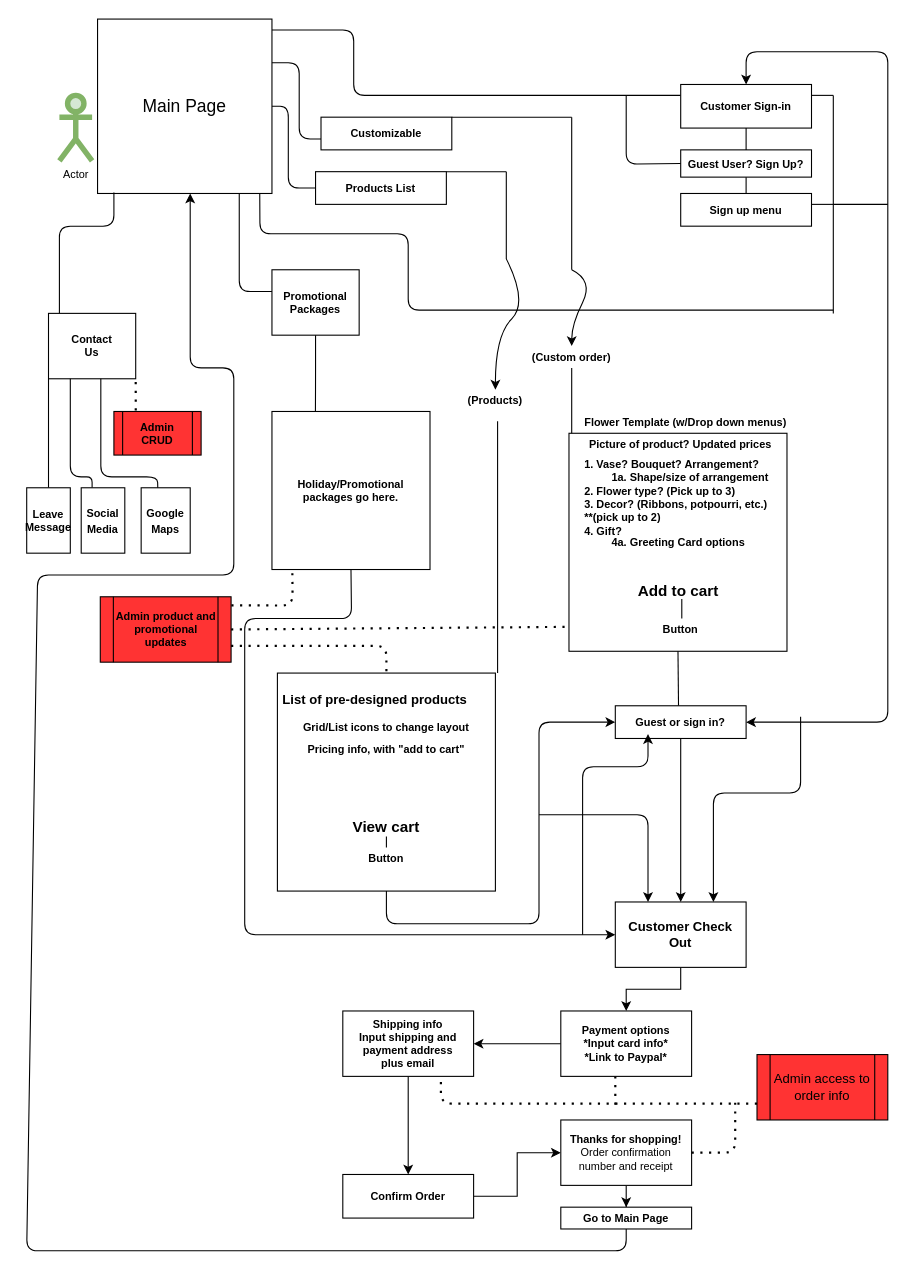
The draw.io diagram Flowershop.drawio in zinvergo93/flowershop, before the edit. Source tidied: cells renumbered, new cells numbered last; positions are measured from the earlier drawing's top-left corner, leaving out a move shared by most shapes. Both pictures are drawn from the tidied source at 109%, with x=0, y=0 at pixel (26, 19).
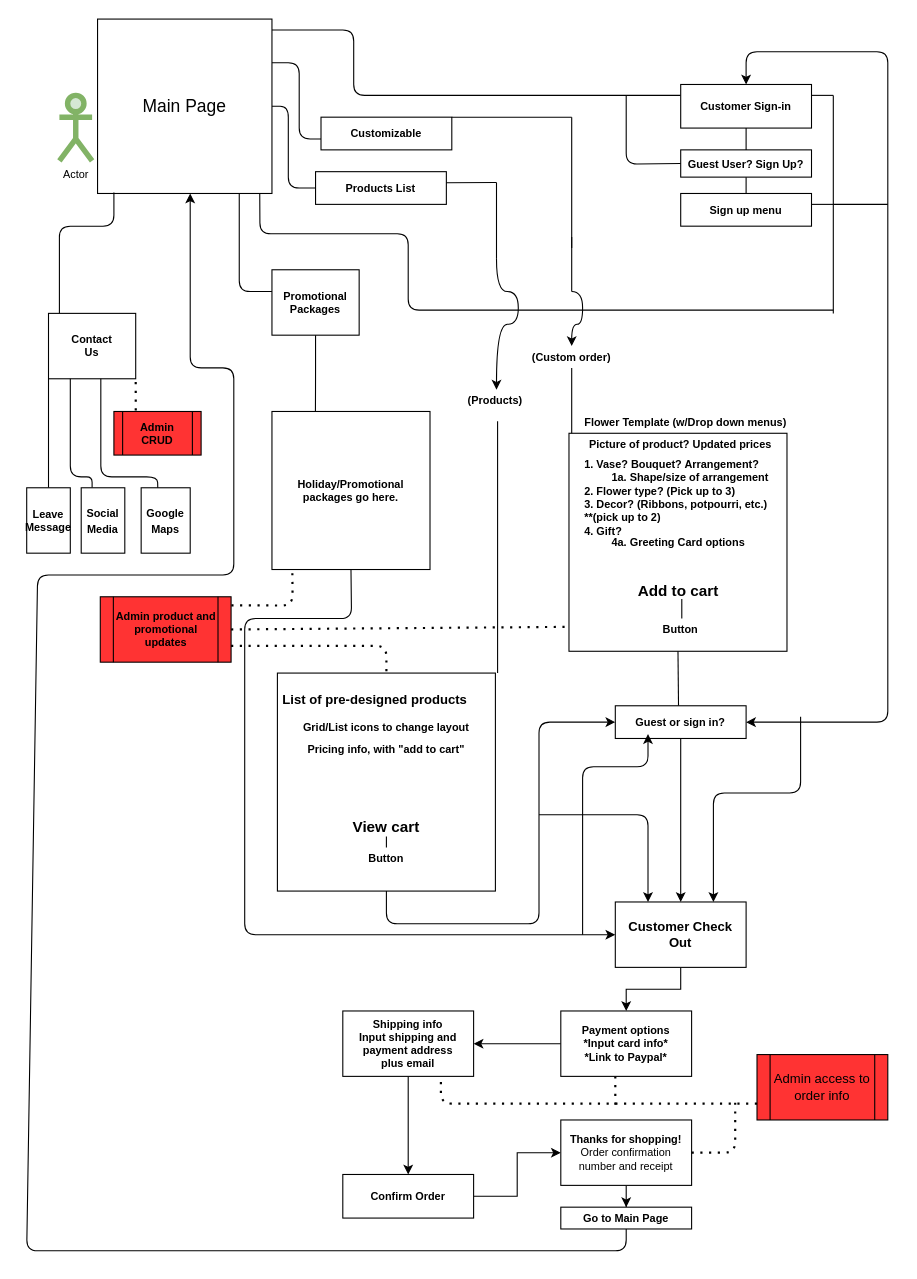
Above is the later version.

The change refers to these unchanged cells:
```xml
<mxCell id="7" value="&lt;font size=&quot;1&quot;&gt;&lt;b&gt;Products List&lt;br&gt;&lt;/b&gt;&lt;/font&gt;" style="rounded=0;whiteSpace=wrap;html=1;" parent="1" vertex="1">
  <mxGeometry x="265" y="140" width="120" height="30" as="geometry" />
</mxCell>
<mxCell id="33" value="&lt;font size=&quot;1&quot;&gt;&lt;b&gt;(Custom order)&lt;/b&gt;&lt;/font&gt;" style="text;html=1;strokeColor=none;fillColor=none;align=center;verticalAlign=middle;whiteSpace=wrap;rounded=0;" parent="1" vertex="1">
  <mxGeometry x="430" y="300" width="140" height="20" as="geometry" />
</mxCell>
<mxCell id="55" value="&lt;font style=&quot;font-size: 10px&quot;&gt;&lt;b&gt;(Products)&lt;/b&gt;&lt;/font&gt;" style="text;html=1;strokeColor=none;fillColor=none;align=center;verticalAlign=middle;whiteSpace=wrap;rounded=0;" parent="1" vertex="1">
  <mxGeometry x="410" y="340" width="40" height="20" as="geometry" />
</mxCell>
```

What changed in the source:
```diff
@@
-    <mxCell id="29" style="endArrow=none;html=1;fontFamily=Helvetica;fontSize=10;entryX=1;entryY=0;entryDx=0;entryDy=0;" parent="1" edge="1" target="7">
+    <mxCell id="29" style="endArrow=none;html=1;fontFamily=Helvetica;fontSize=10;entryX=1;entryY=0.338;entryDx=0;entryDy=0;entryPerimeter=0;" parent="1" edge="1" target="7">
       <mxGeometry relative="1" as="geometry">
-        <mxPoint x="440" y="140" as="sourcePoint" />
+        <mxPoint x="431" y="150" as="sourcePoint" />
       </mxGeometry>
     </mxCell>
     <mxCell id="30" style="endArrow=none;html=1;fontFamily=Helvetica;fontSize=10;" parent="1" edge="1">
       <mxGeometry relative="1" as="geometry">
-        <mxPoint x="440" y="220" as="sourcePoint" />
-        <mxPoint x="440" y="140" as="targetPoint" />
+        <mxPoint x="431" y="220" as="sourcePoint" />
+        <mxPoint x="431" y="150" as="targetPoint" />
       </mxGeometry>
     </mxCell>
@@
     <mxCell id="32" style="endArrow=none;html=1;fontFamily=Helvetica;fontSize=10;" parent="1" edge="1">
       <mxGeometry relative="1" as="geometry">
-        <mxPoint x="500" y="230" as="sourcePoint" />
-        <mxPoint x="500" y="210" as="targetPoint" />
+        <mxPoint x="500" y="250" as="sourcePoint" />
+        <mxPoint x="500" y="200" as="targetPoint" />
       </mxGeometry>
     </mxCell>
@@
     <mxCell id="35" style="curved=1;endArrow=classic;html=1;fontFamily=Helvetica;fontSize=10;entryX=0.5;entryY=0;entryDx=0;entryDy=0;" parent="1" edge="1" target="33">
       <mxGeometry relative="1" as="geometry">
-        <mxPoint x="500" y="230" as="sourcePoint" />
+        <mxPoint x="500" y="250" as="sourcePoint" />
         <Array as="points">
-          <mxPoint x="520" y="240" />
+          <mxPoint x="510" y="250" />
+          <mxPoint x="510" y="280" />
           <mxPoint x="500" y="280" />
         </Array>
       </mxGeometry>
     </mxCell>
@@
-    <mxCell id="54" style="curved=1;endArrow=classic;html=1;fontFamily=Helvetica;fontSize=10;" parent="1" edge="1" target="55">
+    <mxCell id="54" style="curved=1;endArrow=classic;html=1;fontFamily=Helvetica;fontSize=10;" parent="1" edge="1">
       <mxGeometry relative="1" as="geometry">
-        <mxPoint x="440" y="220" as="sourcePoint" />
+        <mxPoint x="431" y="220" as="sourcePoint" />
+        <mxPoint x="431" y="340" as="targetPoint" />
         <Array as="points">
-          <mxPoint x="460" y="260" />
-          <mxPoint x="430" y="290" />
+          <mxPoint x="431" y="250" />
+          <mxPoint x="451" y="250" />
+          <mxPoint x="451" y="280" />
+          <mxPoint x="431" y="280" />
         </Array>
       </mxGeometry>
     </mxCell>
```
